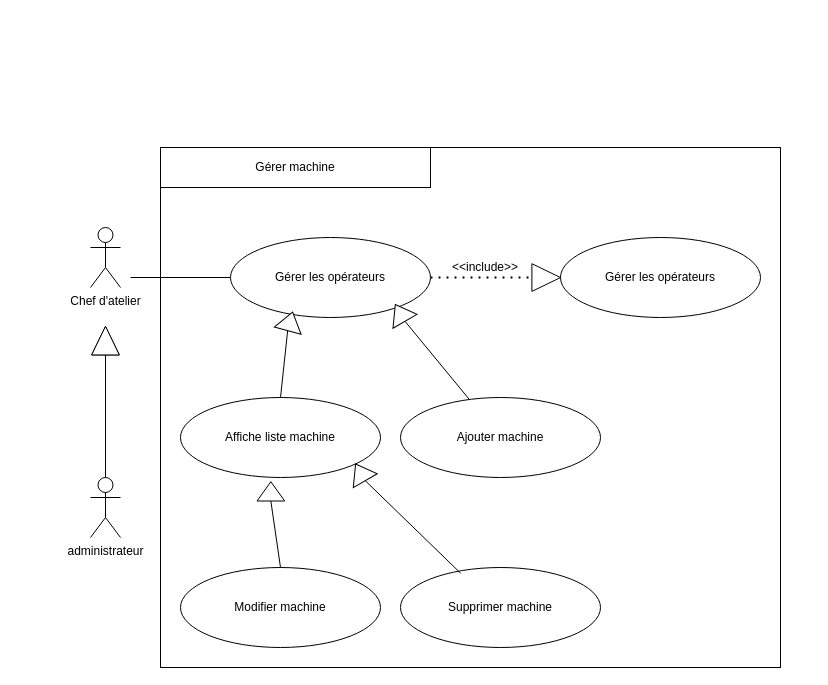
This is GererMachine.drawio from AbdelazizBs/GPAO-SpringApp, a draw.io file, before an edit. Source tidied: cells renumbered, new cells numbered last; positions are measured from the earlier drawing's top-left corner, leaving out a move shared by most shapes. Both pictures are drawn from the tidied source at 100%, with x=0, y=0 at pixel (90, 147).
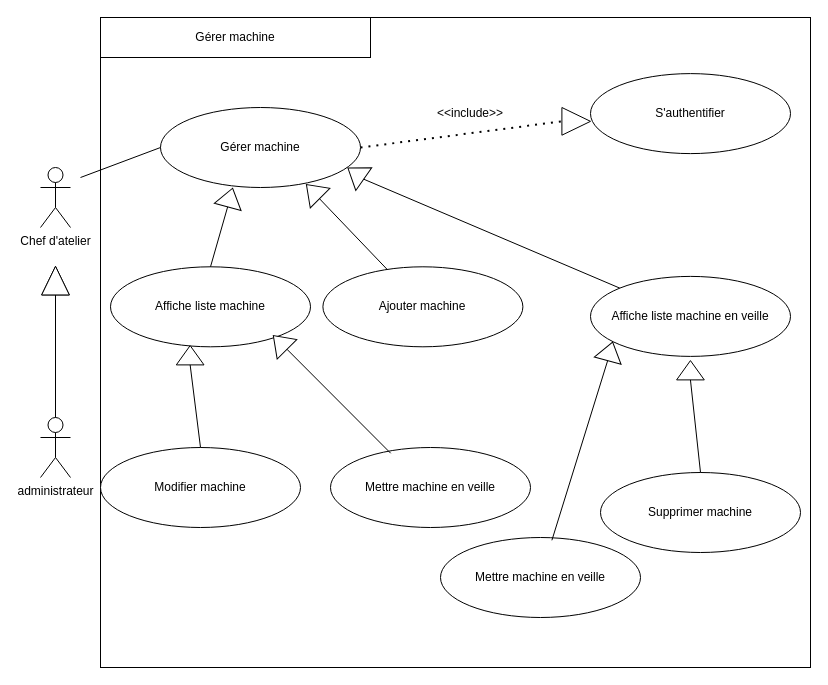
After the change.

Commit message (it also covers changes not shown here):
Mettre à jour GererMachine.drawio

Change to the diagram source:
```diff
@@
     <mxCell id="2" style="rounded=0;whiteSpace=wrap;html=1;" parent="1" vertex="1">
-      <mxGeometry x="70" width="620" height="520" as="geometry" />
+      <mxGeometry x="10" y="-130" width="710" height="650" as="geometry" />
     </mxCell>
     <mxCell id="3" value="Chef d'atelier" style="shape=umlActor;verticalLabelPosition=bottom;verticalAlign=top;html=1;" parent="1" vertex="1">
-      <mxGeometry y="80" width="30" height="60" as="geometry" />
+      <mxGeometry x="-50" y="20" width="30" height="60" as="geometry" />
     </mxCell>
     <mxCell id="4" value="administrateur" style="shape=umlActor;verticalLabelPosition=bottom;verticalAlign=top;html=1;outlineConnect=0;" parent="1" vertex="1">
-      <mxGeometry y="330" width="30" height="60" as="geometry" />
+      <mxGeometry x="-50" y="270" width="30" height="60" as="geometry" />
     </mxCell>
-    <mxCell id="5" value="Gérer les opérateurs" style="ellipse;whiteSpace=wrap;html=1;" parent="1" vertex="1">
-      <mxGeometry x="140" y="90" width="200" height="80" as="geometry" />
+    <mxCell id="5" value="Gérer machine" style="ellipse;whiteSpace=wrap;html=1;" parent="1" vertex="1">
+      <mxGeometry x="70" y="-40" width="200" height="80" as="geometry" />
     </mxCell>
     <mxCell id="6" style="endArrow=none;html=1;rounded=0;entryX=0;entryY=0.5;entryDx=0;entryDy=0;" parent="1" edge="1" target="5">
       <mxGeometry relative="1" as="geometry">
-        <mxPoint x="40" y="130" as="sourcePoint" />
+        <mxPoint x="-10" y="30" as="sourcePoint" />
       </mxGeometry>
     </mxCell>
-    <mxCell id="7" value="Gérer les opérateurs" style="ellipse;whiteSpace=wrap;html=1;" parent="1" vertex="1">
-      <mxGeometry x="470" y="90" width="200" height="80" as="geometry" />
+    <mxCell id="7" value="S'authentifier" style="ellipse;whiteSpace=wrap;html=1;" parent="1" vertex="1">
+      <mxGeometry x="500" y="-73.9" width="200" height="80" as="geometry" />
     </mxCell>
     <mxCell id="8" value="Ajouter machine" style="ellipse;whiteSpace=wrap;html=1;" parent="1" vertex="1">
-      <mxGeometry x="310" y="250" width="200" height="80" as="geometry" />
+      <mxGeometry x="232.4" y="119.3" width="200" height="80" as="geometry" />
     </mxCell>
     <mxCell id="9" value="Affiche liste machine" style="ellipse;whiteSpace=wrap;html=1;" parent="1" vertex="1">
-      <mxGeometry x="90" y="250" width="200" height="80" as="geometry" />
+      <mxGeometry x="20" y="119.3" width="200" height="80" as="geometry" />
     </mxCell>
     <mxCell id="10" style="triangle;whiteSpace=wrap;html=1;rotation=-90;" parent="1" vertex="1">
-      <mxGeometry x="0.7" y="179.3" width="28.6" height="27.7" as="geometry" />
+      <mxGeometry x="-49.3" y="119.3" width="28.6" height="27.7" as="geometry" />
     </mxCell>
@@
     <mxCell id="12" style="triangle;whiteSpace=wrap;html=1;rotation=-90;" parent="1" vertex="1">
-      <mxGeometry x="0.7" y="179.3" width="28.6" height="27.7" as="geometry" />
+      <mxGeometry x="-49.3" y="119.3" width="28.6" height="27.7" as="geometry" />
     </mxCell>
     <mxCell id="13" style="triangle;whiteSpace=wrap;html=1;rotation=-75;" parent="1" vertex="1">
-      <mxGeometry x="190" y="160" width="19.3" height="27.7" as="geometry" />
+      <mxGeometry x="130" y="36.2" width="19.3" height="27.7" as="geometry" />
     </mxCell>
-    <mxCell id="14" style="triangle;whiteSpace=wrap;html=1;rotation=-120;" parent="1" vertex="1">
-      <mxGeometry x="300" y="151.6" width="19.3" height="27.7" as="geometry" />
+    <mxCell id="14" style="triangle;whiteSpace=wrap;html=1;rotation=-145;" parent="1" vertex="1">
+      <mxGeometry x="255.7" y="12.3" width="19.3" height="27.7" as="geometry" />
     </mxCell>
@@
-    <mxCell id="16" style="endArrow=none;html=1;rounded=0;entryX=0;entryY=0.5;entryDx=0;entryDy=0;" parent="1" edge="1" source="8" target="14">
+    <mxCell id="16" style="endArrow=none;html=1;rounded=0;entryX=0.303;entryY=0.476;entryDx=0;entryDy=0;entryPerimeter=0;" parent="1" edge="1" source="8" target="30">
       <mxGeometry relative="1" as="geometry" />
     </mxCell>
-    <mxCell id="17" value="Supprimer machine" style="ellipse;whiteSpace=wrap;html=1;" parent="1" vertex="1">
-      <mxGeometry x="310" y="420" width="200" height="80" as="geometry" />
+    <mxCell id="17" value="Mettre machine en veille" style="ellipse;whiteSpace=wrap;html=1;" parent="1" vertex="1">
+      <mxGeometry x="240" y="300" width="200" height="80" as="geometry" />
     </mxCell>
     <mxCell id="18" value="Modifier machine" style="ellipse;whiteSpace=wrap;html=1;" parent="1" vertex="1">
-      <mxGeometry x="90" y="420" width="200" height="80" as="geometry" />
+      <mxGeometry x="10" y="300" width="200" height="80" as="geometry" />
     </mxCell>
@@
     <mxCell id="20" style="triangle;whiteSpace=wrap;html=1;rotation=0;" parent="1" vertex="1">
-      <mxGeometry x="441.4" y="116.2" width="28.6" height="27.7" as="geometry" />
+      <mxGeometry x="471.4" y="-40" width="28.6" height="27.7" as="geometry" />
     </mxCell>
     <mxCell id="21" value="&amp;lt;&amp;lt;include&amp;gt;&amp;gt;" style="text;html=1;strokeColor=none;fillColor=none;align=center;verticalAlign=middle;whiteSpace=wrap;rounded=0;" parent="1" vertex="1">
-      <mxGeometry x="375" y="110" width="40" height="20" as="geometry" />
+      <mxGeometry x="360" y="-43.9" width="40" height="20" as="geometry" />
     </mxCell>
-    <mxCell id="22" style="triangle;whiteSpace=wrap;html=1;rotation=-120;" parent="1" vertex="1">
-      <mxGeometry x="260.3" y="311" width="19.3" height="27.7" as="geometry" />
+    <mxCell id="22" style="triangle;whiteSpace=wrap;html=1;rotation=-135;" parent="1" vertex="1">
+      <mxGeometry x="180" y="181.1" width="19.3" height="27.7" as="geometry" />
     </mxCell>
     <mxCell id="23" style="triangle;whiteSpace=wrap;html=1;rotation=-90;" parent="1" vertex="1">
-      <mxGeometry x="170.7" y="330" width="19.3" height="27.7" as="geometry" />
+      <mxGeometry x="90" y="193.9" width="19.3" height="27.7" as="geometry" />
     </mxCell>
@@
     <mxCell id="26" value="Gérer machine" style="rounded=0;whiteSpace=wrap;html=1;" parent="1" vertex="1">
-      <mxGeometry x="70" width="270" height="40" as="geometry" />
+      <mxGeometry x="10" y="-130" width="270" height="40" as="geometry" />
     </mxCell>
+    <mxCell id="27" value="Affiche liste machine en veille" style="ellipse;whiteSpace=wrap;html=1;" parent="1" vertex="1">
+      <mxGeometry x="500" y="128.9" width="200" height="80" as="geometry" />
+    </mxCell>
+    <mxCell id="28" value="Mettre machine en veille" style="ellipse;whiteSpace=wrap;html=1;" parent="1" vertex="1">
+      <mxGeometry x="350" y="390" width="200" height="80" as="geometry" />
+    </mxCell>
+    <mxCell id="29" style="endArrow=none;html=1;rounded=0;entryX=0;entryY=0.5;entryDx=0;entryDy=0;exitX=0;exitY=0;exitDx=0;exitDy=0;" parent="1" edge="1" source="27" target="14">
+      <mxGeometry relative="1" as="geometry" />
+    </mxCell>
+    <mxCell id="30" style="triangle;whiteSpace=wrap;html=1;rotation=-135;" parent="1" vertex="1">
+      <mxGeometry x="213.1" y="30" width="19.3" height="27.7" as="geometry" />
+    </mxCell>
+    <mxCell id="31" value="Supprimer machine" style="ellipse;whiteSpace=wrap;html=1;" parent="1" vertex="1">
+      <mxGeometry x="510" y="325" width="200" height="80" as="geometry" />
+    </mxCell>
+    <mxCell id="32" style="endArrow=none;html=1;rounded=0;exitX=0;exitY=0.5;exitDx=0;exitDy=0;entryX=0.557;entryY=0.035;entryDx=0;entryDy=0;entryPerimeter=0;" parent="1" edge="1" source="33" target="28">
+      <mxGeometry relative="1" as="geometry" />
+    </mxCell>
+    <mxCell id="33" style="triangle;whiteSpace=wrap;html=1;rotation=-75;" parent="1" vertex="1">
+      <mxGeometry x="510" y="190" width="19.3" height="27.7" as="geometry" />
+    </mxCell>
+    <mxCell id="34" style="triangle;whiteSpace=wrap;html=1;rotation=-90;" parent="1" vertex="1">
+      <mxGeometry x="590.3" y="208.9" width="19.3" height="27.7" as="geometry" />
+    </mxCell>
+    <mxCell id="35" style="endArrow=none;html=1;rounded=0;exitX=0;exitY=0.5;exitDx=0;exitDy=0;entryX=0.5;entryY=0;entryDx=0;entryDy=0;" parent="1" edge="1" source="34" target="31">
+      <mxGeometry relative="1" as="geometry" />
+    </mxCell>
```
